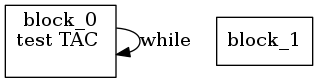
Above: assignment_3/ir.png in DahVoid/DV1655 (Graphviz), before the change. Its source is kept beside it as assignment_3/ir.dot.
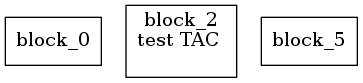
Above is the later version.

What changed in the source:
```diff
@@ -1,10 +1,9 @@
 digraph G {
 node [shape = box];
 block_0 [label="block_0"];
-block_0 [label="block_0
+block_2 [label="block_2
 test TAC
 
 "];
-block_0 -> block_0 [label="while"];
-block_1 [label="block_1"];
+block_5 [label="block_5"];
 }
```
